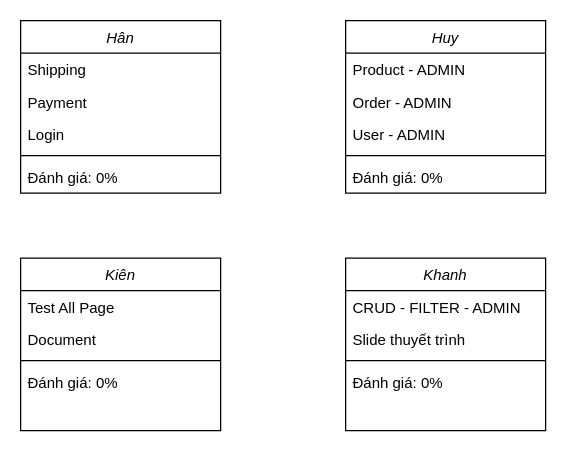
Earlier version of the draw.io diagram Biểu đồ không có tiêu đề.drawio (khanhnh2420/-Molla-Store). Source tidied: cells renumbered, new cells numbered last; positions are measured from the earlier drawing's top-left corner, leaving out a move shared by most shapes. Both pictures are drawn from the tidied source at 125%, with x=0, y=0 at pixel (20, 20).
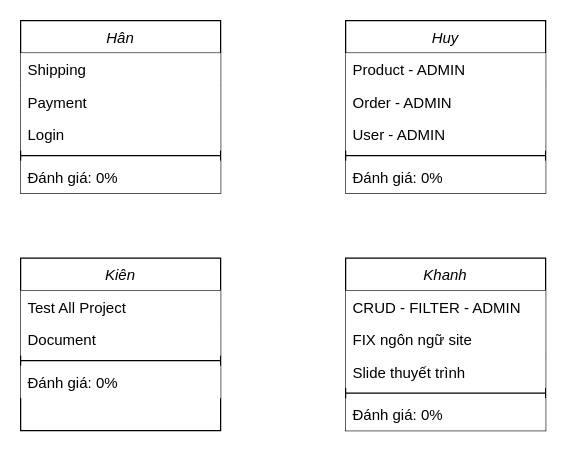
The same page after the edit.

Commit message:
Cập nhật Biểu đồ không có tiêu đề.drawio

Diff of the diagram source:
```diff
@@
-    <mxCell id="2" value="Hân" style="swimlane;fontStyle=2;align=center;verticalAlign=top;horizontal=1;startSize=26;rounded=0;shadow=0;strokeWidth=1;" parent="1" vertex="1">
+    <mxCell id="2" value="Hân" style="swimlane;fontStyle=2;align=center;verticalAlign=top;horizontal=1;startSize=26;rounded=0;shadow=0;strokeWidth=1;fillColor=default;" parent="1" vertex="1">
       <mxGeometry width="160" height="138" as="geometry" />
     </mxCell>
-    <mxCell id="3" value="Shipping" style="text;align=left;verticalAlign=top;spacingLeft=4;spacingRight=4;overflow=hidden;" parent="2" vertex="1">
+    <mxCell id="3" value="Shipping" style="text;align=left;verticalAlign=top;spacingLeft=4;spacingRight=4;overflow=hidden;fillColor=default;" parent="2" vertex="1">
       <mxGeometry y="26" width="160" height="26" as="geometry" />
     </mxCell>
-    <mxCell id="4" value="Payment" style="text;align=left;verticalAlign=top;spacingLeft=4;spacingRight=4;overflow=hidden;rounded=0;shadow=0;html=0;" parent="2" vertex="1">
+    <mxCell id="4" value="Payment" style="text;align=left;verticalAlign=top;spacingLeft=4;spacingRight=4;overflow=hidden;rounded=0;shadow=0;html=0;fillColor=default;" parent="2" vertex="1">
       <mxGeometry y="52" width="160" height="26" as="geometry" />
     </mxCell>
-    <mxCell id="5" value="Login" style="text;align=left;verticalAlign=top;spacingLeft=4;spacingRight=4;overflow=hidden;rounded=0;shadow=0;html=0;" parent="2" vertex="1">
+    <mxCell id="5" value="Login" style="text;align=left;verticalAlign=top;spacingLeft=4;spacingRight=4;overflow=hidden;rounded=0;shadow=0;html=0;fillColor=default;" parent="2" vertex="1">
       <mxGeometry y="78" width="160" height="26" as="geometry" />
     </mxCell>
-    <mxCell id="6" style="line;html=1;strokeWidth=1;align=left;verticalAlign=middle;spacingTop=-1;spacingLeft=3;spacingRight=3;labelPosition=right;" parent="2" vertex="1">
+    <mxCell id="6" style="line;html=1;strokeWidth=1;align=left;verticalAlign=middle;spacingTop=-1;spacingLeft=3;spacingRight=3;labelPosition=right;fillColor=default;" parent="2" vertex="1">
       <mxGeometry y="104" width="160" height="8" as="geometry" />
     </mxCell>
-    <mxCell id="7" value="Đánh giá: 0%" style="text;align=left;verticalAlign=top;spacingLeft=4;spacingRight=4;overflow=hidden;rounded=0;shadow=0;html=0;" parent="2" vertex="1">
+    <mxCell id="7" value="Đánh giá: 0%" style="text;align=left;verticalAlign=top;spacingLeft=4;spacingRight=4;overflow=hidden;rounded=0;shadow=0;html=0;fillColor=default;" parent="2" vertex="1">
       <mxGeometry y="112" width="160" height="26" as="geometry" />
     </mxCell>
-    <mxCell id="8" value="Huy" style="swimlane;fontStyle=2;align=center;verticalAlign=top;horizontal=1;startSize=26;rounded=0;shadow=0;strokeWidth=1;" parent="1" vertex="1">
+    <mxCell id="8" value="Huy" style="swimlane;fontStyle=2;align=center;verticalAlign=top;horizontal=1;startSize=26;rounded=0;shadow=0;strokeWidth=1;fillColor=default;" parent="1" vertex="1">
       <mxGeometry x="260" width="160" height="138" as="geometry" />
     </mxCell>
-    <mxCell id="9" value="Product - ADMIN" style="text;align=left;verticalAlign=top;spacingLeft=4;spacingRight=4;overflow=hidden;" parent="8" vertex="1">
+    <mxCell id="9" value="Product - ADMIN" style="text;align=left;verticalAlign=top;spacingLeft=4;spacingRight=4;overflow=hidden;fillColor=default;" parent="8" vertex="1">
       <mxGeometry y="26" width="160" height="26" as="geometry" />
     </mxCell>
-    <mxCell id="10" value="Order - ADMIN" style="text;align=left;verticalAlign=top;spacingLeft=4;spacingRight=4;overflow=hidden;rounded=0;shadow=0;html=0;" parent="8" vertex="1">
+    <mxCell id="10" value="Order - ADMIN" style="text;align=left;verticalAlign=top;spacingLeft=4;spacingRight=4;overflow=hidden;rounded=0;shadow=0;html=0;fillColor=default;" parent="8" vertex="1">
       <mxGeometry y="52" width="160" height="26" as="geometry" />
     </mxCell>
-    <mxCell id="11" value="User - ADMIN" style="text;align=left;verticalAlign=top;spacingLeft=4;spacingRight=4;overflow=hidden;rounded=0;shadow=0;html=0;" parent="8" vertex="1">
+    <mxCell id="11" value="User - ADMIN" style="text;align=left;verticalAlign=top;spacingLeft=4;spacingRight=4;overflow=hidden;rounded=0;shadow=0;html=0;fillColor=default;" parent="8" vertex="1">
       <mxGeometry y="78" width="160" height="26" as="geometry" />
     </mxCell>
-    <mxCell id="12" style="line;html=1;strokeWidth=1;align=left;verticalAlign=middle;spacingTop=-1;spacingLeft=3;spacingRight=3;labelPosition=right;" parent="8" vertex="1">
+    <mxCell id="12" style="line;html=1;strokeWidth=1;align=left;verticalAlign=middle;spacingTop=-1;spacingLeft=3;spacingRight=3;labelPosition=right;fillColor=default;" parent="8" vertex="1">
       <mxGeometry y="104" width="160" height="8" as="geometry" />
     </mxCell>
-    <mxCell id="13" value="Đánh giá: 0%" style="text;align=left;verticalAlign=top;spacingLeft=4;spacingRight=4;overflow=hidden;rounded=0;shadow=0;html=0;" parent="8" vertex="1">
+    <mxCell id="13" value="Đánh giá: 0%" style="text;align=left;verticalAlign=top;spacingLeft=4;spacingRight=4;overflow=hidden;rounded=0;shadow=0;html=0;fillColor=default;" parent="8" vertex="1">
       <mxGeometry y="112" width="160" height="26" as="geometry" />
     </mxCell>
-    <mxCell id="14" value="Kiên" style="swimlane;fontStyle=2;align=center;verticalAlign=top;horizontal=1;startSize=26;rounded=0;shadow=0;strokeWidth=1;" parent="1" vertex="1">
+    <mxCell id="14" value="Kiên" style="swimlane;fontStyle=2;align=center;verticalAlign=top;horizontal=1;startSize=26;rounded=0;shadow=0;strokeWidth=1;fillColor=default;" parent="1" vertex="1">
       <mxGeometry y="190" width="160" height="138" as="geometry" />
     </mxCell>
-    <mxCell id="15" value="Test All Page" style="text;align=left;verticalAlign=top;spacingLeft=4;spacingRight=4;overflow=hidden;" parent="14" vertex="1">
+    <mxCell id="15" value="Test All Project" style="text;align=left;verticalAlign=top;spacingLeft=4;spacingRight=4;overflow=hidden;fillColor=default;" parent="14" vertex="1">
       <mxGeometry y="26" width="160" height="26" as="geometry" />
     </mxCell>
-    <mxCell id="16" value="Document" style="text;align=left;verticalAlign=top;spacingLeft=4;spacingRight=4;overflow=hidden;rounded=0;shadow=0;html=0;" parent="14" vertex="1">
+    <mxCell id="16" value="Document" style="text;align=left;verticalAlign=top;spacingLeft=4;spacingRight=4;overflow=hidden;rounded=0;shadow=0;html=0;fillColor=default;" parent="14" vertex="1">
       <mxGeometry y="52" width="160" height="26" as="geometry" />
     </mxCell>
-    <mxCell id="17" style="line;html=1;strokeWidth=1;align=left;verticalAlign=middle;spacingTop=-1;spacingLeft=3;spacingRight=3;labelPosition=right;" parent="14" vertex="1">
+    <mxCell id="17" style="line;html=1;strokeWidth=1;align=left;verticalAlign=middle;spacingTop=-1;spacingLeft=3;spacingRight=3;labelPosition=right;fillColor=default;" parent="14" vertex="1">
       <mxGeometry y="78" width="160" height="8" as="geometry" />
     </mxCell>
-    <mxCell id="18" value="Đánh giá: 0%" style="text;align=left;verticalAlign=top;spacingLeft=4;spacingRight=4;overflow=hidden;rounded=0;shadow=0;html=0;" parent="14" vertex="1">
+    <mxCell id="18" value="Đánh giá: 0%" style="text;align=left;verticalAlign=top;spacingLeft=4;spacingRight=4;overflow=hidden;rounded=0;shadow=0;html=0;fillColor=default;" parent="14" vertex="1">
       <mxGeometry y="86" width="160" height="26" as="geometry" />
     </mxCell>
-    <mxCell id="19" value="Khanh" style="swimlane;fontStyle=2;align=center;verticalAlign=top;horizontal=1;startSize=26;rounded=0;shadow=0;strokeWidth=1;" parent="1" vertex="1">
+    <mxCell id="19" value="Khanh" style="swimlane;fontStyle=2;align=center;verticalAlign=top;horizontal=1;startSize=26;rounded=0;shadow=0;strokeWidth=1;fillColor=default;" parent="1" vertex="1">
       <mxGeometry x="260" y="190" width="160" height="138" as="geometry" />
     </mxCell>
-    <mxCell id="20" value="CRUD - FILTER - ADMIN" style="text;align=left;verticalAlign=top;spacingLeft=4;spacingRight=4;overflow=hidden;" parent="19" vertex="1">
+    <mxCell id="20" value="CRUD - FILTER - ADMIN" style="text;align=left;verticalAlign=top;spacingLeft=4;spacingRight=4;overflow=hidden;fillColor=default;" parent="19" vertex="1">
       <mxGeometry y="26" width="160" height="26" as="geometry" />
     </mxCell>
+    <mxCell id="24" value="FIX ngôn ngữ site" style="text;align=left;verticalAlign=top;spacingLeft=4;spacingRight=4;overflow=hidden;fillColor=default;" parent="19" vertex="1">
+      <mxGeometry y="52" width="160" height="26" as="geometry" />
+    </mxCell>
-    <mxCell id="21" value="Slide thuyết trình" style="text;align=left;verticalAlign=top;spacingLeft=4;spacingRight=4;overflow=hidden;rounded=0;shadow=0;html=0;" parent="19" vertex="1">
-      <mxGeometry y="52" width="160" height="26" as="geometry" />
+    <mxCell id="21" value="Slide thuyết trình" style="text;align=left;verticalAlign=top;spacingLeft=4;spacingRight=4;overflow=hidden;rounded=0;shadow=0;html=0;fillColor=default;" parent="19" vertex="1">
+      <mxGeometry y="78" width="160" height="26" as="geometry" />
     </mxCell>
-    <mxCell id="22" style="line;html=1;strokeWidth=1;align=left;verticalAlign=middle;spacingTop=-1;spacingLeft=3;spacingRight=3;labelPosition=right;" parent="19" vertex="1">
-      <mxGeometry y="78" width="160" height="8" as="geometry" />
+    <mxCell id="22" style="line;html=1;strokeWidth=1;align=left;verticalAlign=middle;spacingTop=-1;spacingLeft=3;spacingRight=3;labelPosition=right;fillColor=default;" parent="19" vertex="1">
+      <mxGeometry y="104" width="160" height="8" as="geometry" />
     </mxCell>
-    <mxCell id="23" value="Đánh giá: 0%" style="text;align=left;verticalAlign=top;spacingLeft=4;spacingRight=4;overflow=hidden;rounded=0;shadow=0;html=0;" parent="19" vertex="1">
-      <mxGeometry y="86" width="160" height="26" as="geometry" />
+    <mxCell id="23" value="Đánh giá: 0%" style="text;align=left;verticalAlign=top;spacingLeft=4;spacingRight=4;overflow=hidden;rounded=0;shadow=0;html=0;fillColor=default;" parent="19" vertex="1">
+      <mxGeometry y="112" width="160" height="26" as="geometry" />
     </mxCell>
```
